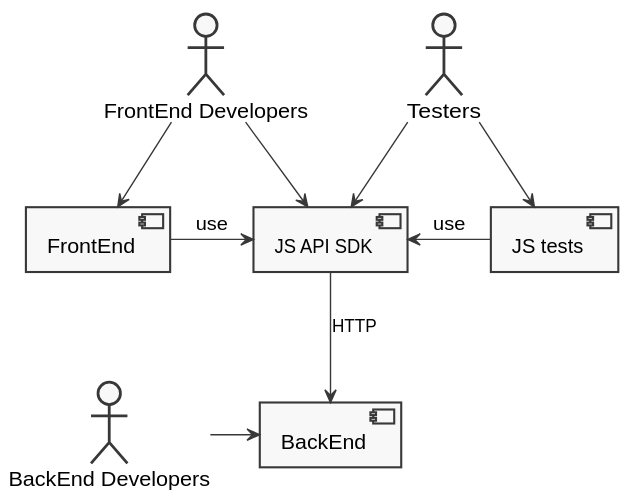
This is js-api-tests/pictures/good.svg from arthurchumak/slides, a PlantUML export, as it was before one commit. Its diagram source:
```plantuml
@startuml
skinparam componentStyle uml2
skinparam shadowing false
skinparam monochrome true

actor "FrontEnd Developers" as FD
actor "Testers" as T
actor "BackEnd Developers" as BD

component [FrontEnd] as FE

component [JS API SDK] as SDK

component [JS tests] as AT

component [BackEnd] as BE

FD -down-> FE
FD -down-> SDK

T -down-> AT
T -down-> SDK

BD -right-> BE

FE -right-> SDK: use
AT -left-> SDK: use
SDK -down-> BE :HTTP
@enduml
```
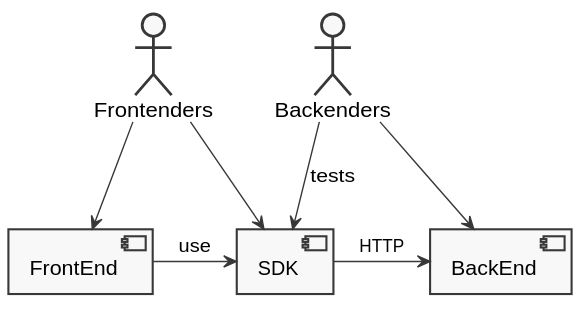
The same file after the commit.

The edit, as a diff of the source:
```diff
@@ -3,27 +3,20 @@
 skinparam shadowing false
 skinparam monochrome true
 
-actor "FrontEnd Developers" as FD
-actor "Testers" as T
-actor "BackEnd Developers" as BD
+actor "Frontenders" as FD
+actor "Backenders" as BD
 
 component [FrontEnd] as FE
-
-component [JS API SDK] as SDK
-
-component [JS tests] as AT
-
 component [BackEnd] as BE
 
+component SDK
+
 FD -down-> FE
+BD -down-> BE
+
 FD -down-> SDK
+BD -down-> SDK :tests
 
-T -down-> AT
-T -down-> SDK
-
-BD -right-> BE
-
-FE -right-> SDK: use
-AT -left-> SDK: use
-SDK -down-> BE :HTTP
+FE -right-> SDK :use
+SDK -right-> BE :HTTP
 @enduml
```
